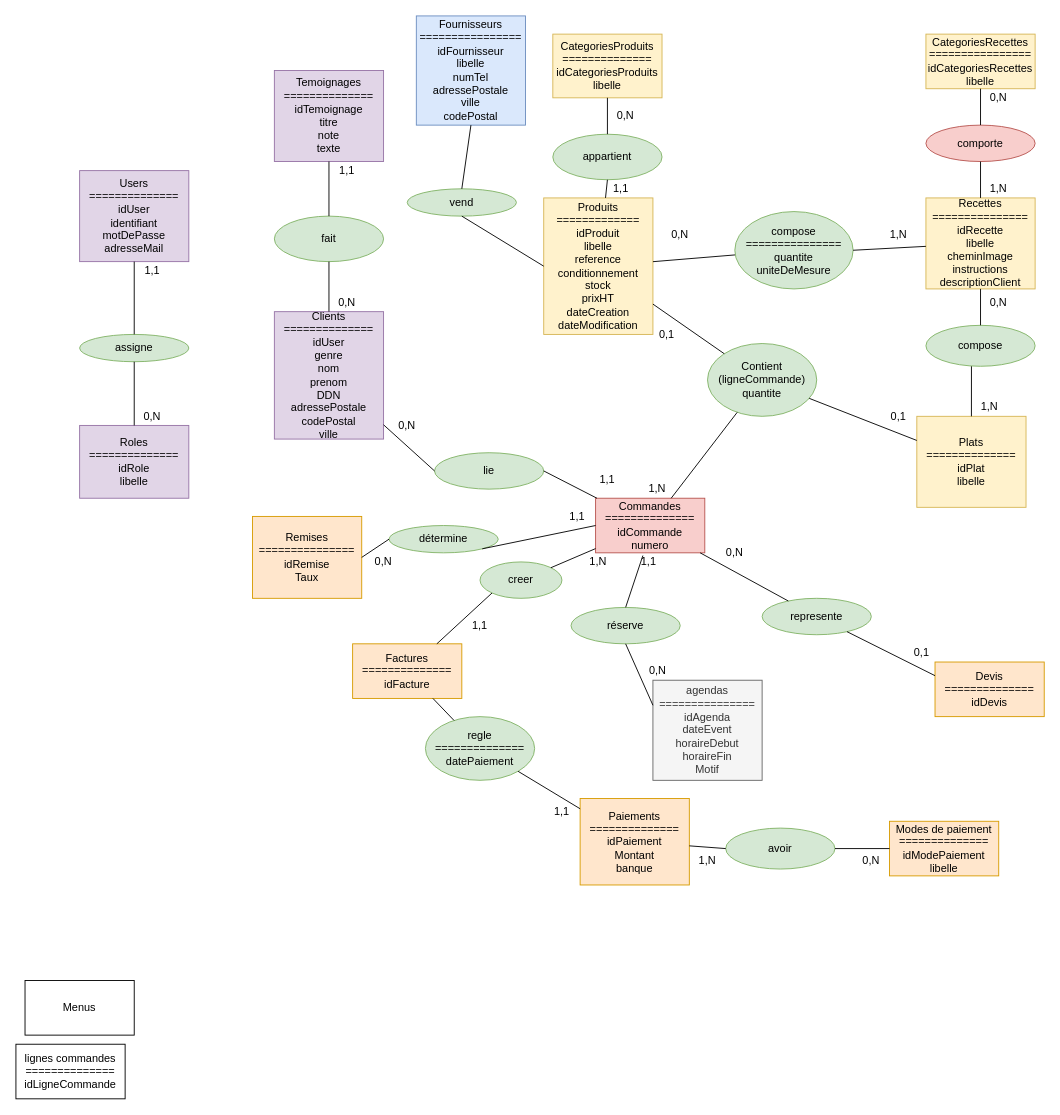
Earlier version of the draw.io diagram Documents/mcd_H2NCook(2).drawio (Quentin2706/H2NCook). Source tidied: cells renumbered, new cells numbered last; positions are measured from the earlier drawing's top-left corner, leaving out a move shared by most shapes. Both pictures are drawn from the tidied source at 91%, with x=0, y=0 at pixel (15, 15).
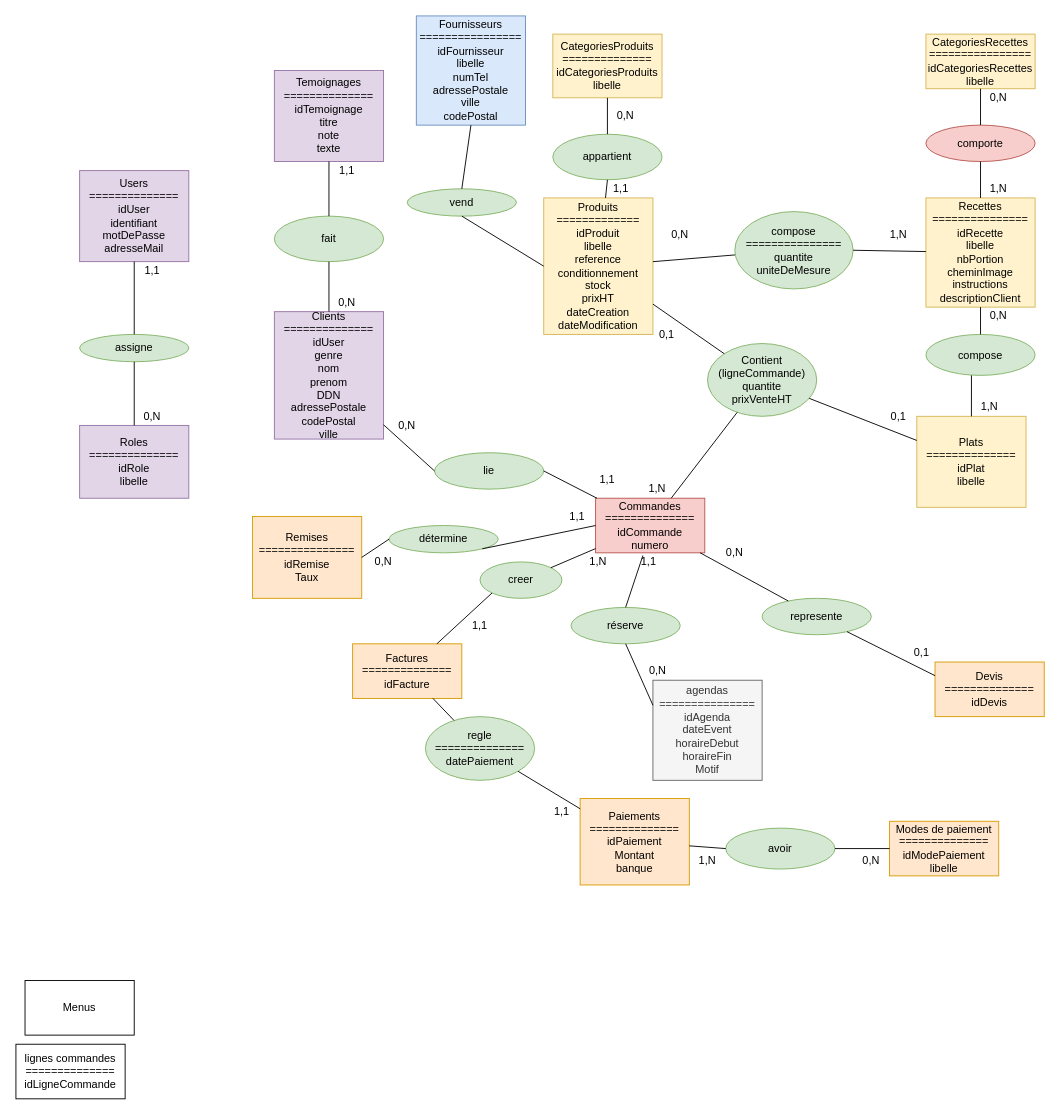
After the change.

Commit message (it also covers changes not shown here):
diagramme de flux

What changed in the source:
```diff
@@
-    <mxCell id="15" value="Recettes&lt;br&gt;===============&lt;br&gt;idRecette&lt;br&gt;libelle&lt;br&gt;cheminImage&lt;br&gt;instructions&lt;br&gt;descriptionClient" style="rounded=0;whiteSpace=wrap;html=1;fillColor=#fff2cc;strokeColor=#d6b656;" parent="1" vertex="1">
-      <mxGeometry x="1000" y="200" width="120" height="100" as="geometry" />
+    <mxCell id="15" value="Recettes&lt;br&gt;===============&lt;br&gt;idRecette&lt;br&gt;libelle&lt;br&gt;nbPortion&lt;br&gt;cheminImage&lt;br&gt;instructions&lt;br&gt;descriptionClient" style="rounded=0;whiteSpace=wrap;html=1;fillColor=#fff2cc;strokeColor=#d6b656;" parent="1" vertex="1">
+      <mxGeometry x="1000" y="200" width="120" height="120" as="geometry" />
     </mxCell>
@@
-    <mxCell id="24" value="Contient&lt;br&gt;(ligneCommande)&lt;br&gt;quantite" style="ellipse;whiteSpace=wrap;html=1;fillColor=#d5e8d4;strokeColor=#82b366;" parent="1" vertex="1">
+    <mxCell id="24" value="Contient&lt;br&gt;(ligneCommande)&lt;br&gt;quantite&lt;br&gt;prixVenteHT" style="ellipse;whiteSpace=wrap;html=1;fillColor=#d5e8d4;strokeColor=#82b366;" parent="1" vertex="1">
       <mxGeometry x="760" y="360" width="120" height="80" as="geometry" />
     </mxCell>
@@
     <mxCell id="29" value="compose" style="ellipse;whiteSpace=wrap;html=1;fillColor=#d5e8d4;strokeColor=#82b366;" parent="1" vertex="1">
-      <mxGeometry x="1000" y="340" width="120" height="45" as="geometry" />
+      <mxGeometry x="1000" y="350" width="120" height="45" as="geometry" />
     </mxCell>
@@
     <mxCell id="63" value="0,N" style="text;html=1;strokeColor=none;fillColor=none;align=center;verticalAlign=middle;whiteSpace=wrap;rounded=0;" parent="1" vertex="1">
-      <mxGeometry x="1060" y="305" width="40" height="20" as="geometry" />
+      <mxGeometry x="1060" y="320" width="40" height="20" as="geometry" />
     </mxCell>
```
